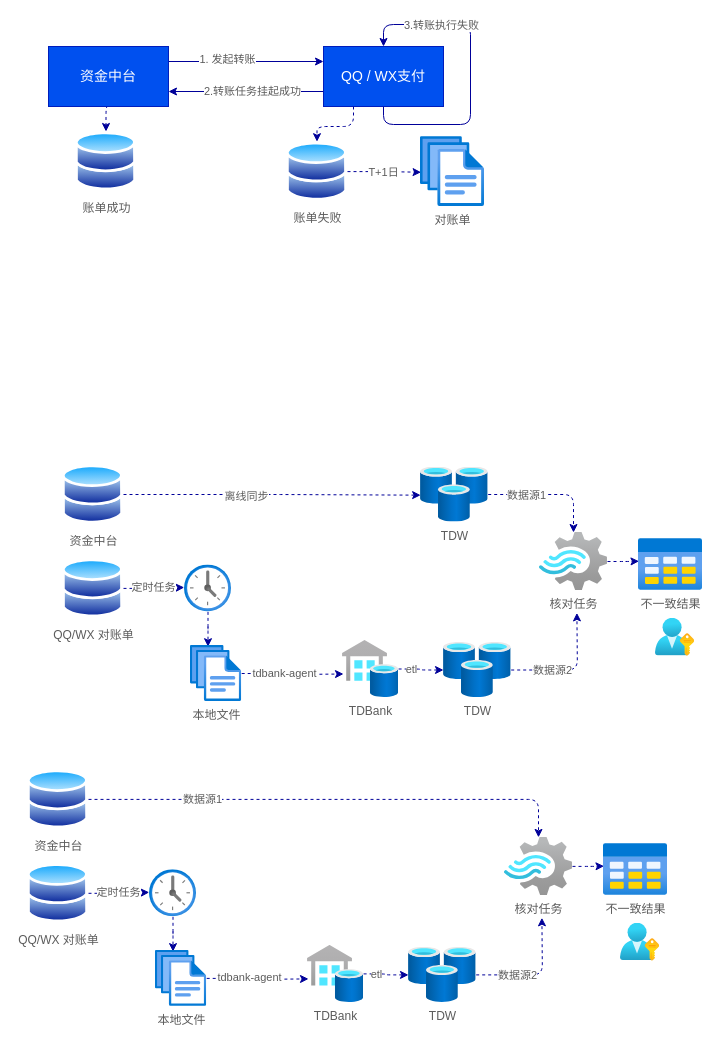
The draw.io diagram page "Page-2" (2 of 2) of Untitled Diagram.drawio in wutongshu1993/blog, before the edit. Source tidied: cells renumbered, new cells numbered last; positions are measured from the earlier drawing's top-left corner, leaving out a move shared by most shapes. Both pictures are drawn from the tidied source at 100%, with x=0, y=0 at pixel (27, 24).
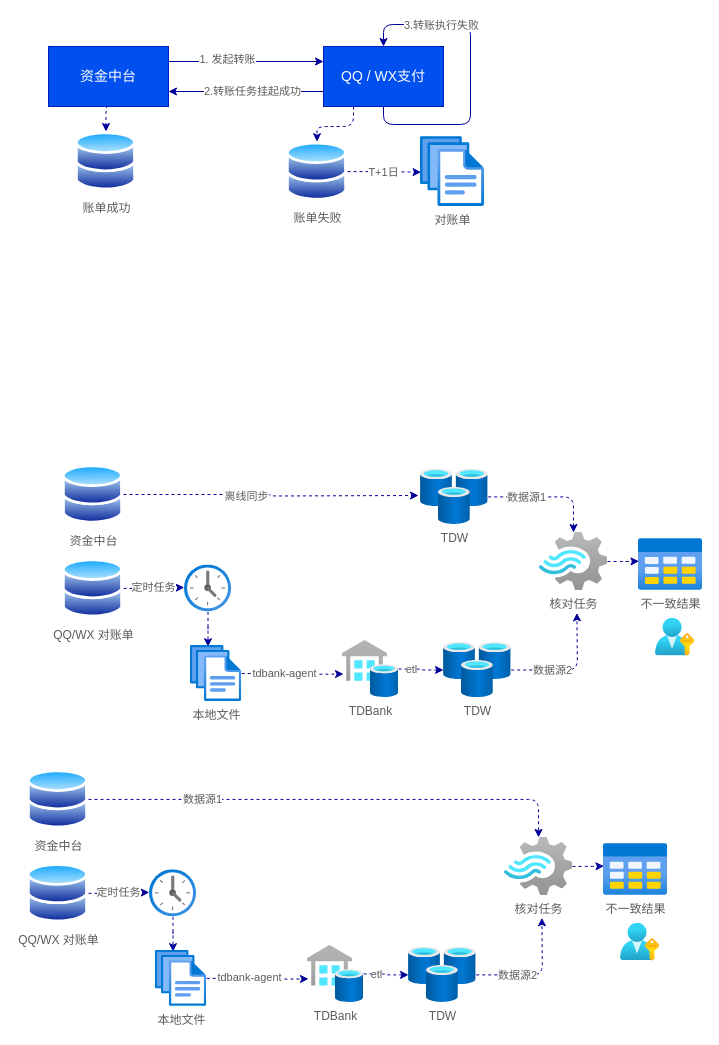
After the change.

The change refers to these unchanged cells:
```xml
<mxCell id="19" value="资金中台" style="perimeter=ellipsePerimeter;html=1;align=center;shadow=0;dashed=0;spacingTop=3;image;image=img/lib/active_directory/databases.svg;rounded=0;sketch=0;fontColor=#5C5C5C;strokeColor=#006658;fillColor=#21C0A5;" parent="1" vertex="1">
  <mxGeometry x="35" y="440.1" width="61" height="59.8" as="geometry" />
</mxCell>
```

What changed in the source:
```diff
@@
-    <mxCell id="17" style="edgeStyle=orthogonalEdgeStyle;curved=0;rounded=1;sketch=0;jettySize=auto;html=1;exitX=1;exitY=0.5;exitDx=0;exitDy=0;entryX=0.002;entryY=0.512;entryDx=0;entryDy=0;entryPerimeter=0;dashed=1;fontColor=#5C5C5C;strokeColor=#000099;strokeWidth=1;fillColor=#21C0A5;" parent="1" edge="1" source="19" target="22">
-      <mxGeometry relative="1" as="geometry" />
+    <mxCell id="17" style="edgeStyle=orthogonalEdgeStyle;curved=0;rounded=1;sketch=0;jettySize=auto;html=1;exitX=1;exitY=0.5;exitDx=0;exitDy=0;dashed=1;fontColor=#5C5C5C;strokeColor=#000099;strokeWidth=1;fillColor=#21C0A5;" parent="1" edge="1" source="19">
+      <mxGeometry relative="1" as="geometry">
+        <mxPoint x="391" y="471" as="targetPoint" />
+      </mxGeometry>
     </mxCell>
@@
+    <mxCell id="59" style="edgeLabel;html=1;align=center;verticalAlign=middle;fontSize=14;fontColor=#000000;" parent="17" vertex="1">
+      <mxGeometry x="0.19" y="1" relative="1" as="geometry" />
+    </mxCell>
@@
     <mxCell id="22" value="TDW" style="html=1;points=[];align=center;image;fontSize=12;image=img/lib/azure2/databases/Cache_Redis.svg;rounded=0;sketch=0;fontColor=#5C5C5C;strokeColor=#006658;fillColor=#21C0A5;" parent="1" vertex="1">
-      <mxGeometry x="393" y="442.5" width="67.7" height="55" as="geometry" />
+      <mxGeometry x="393" y="444.9" width="67.7" height="55" as="geometry" />
     </mxCell>
```
